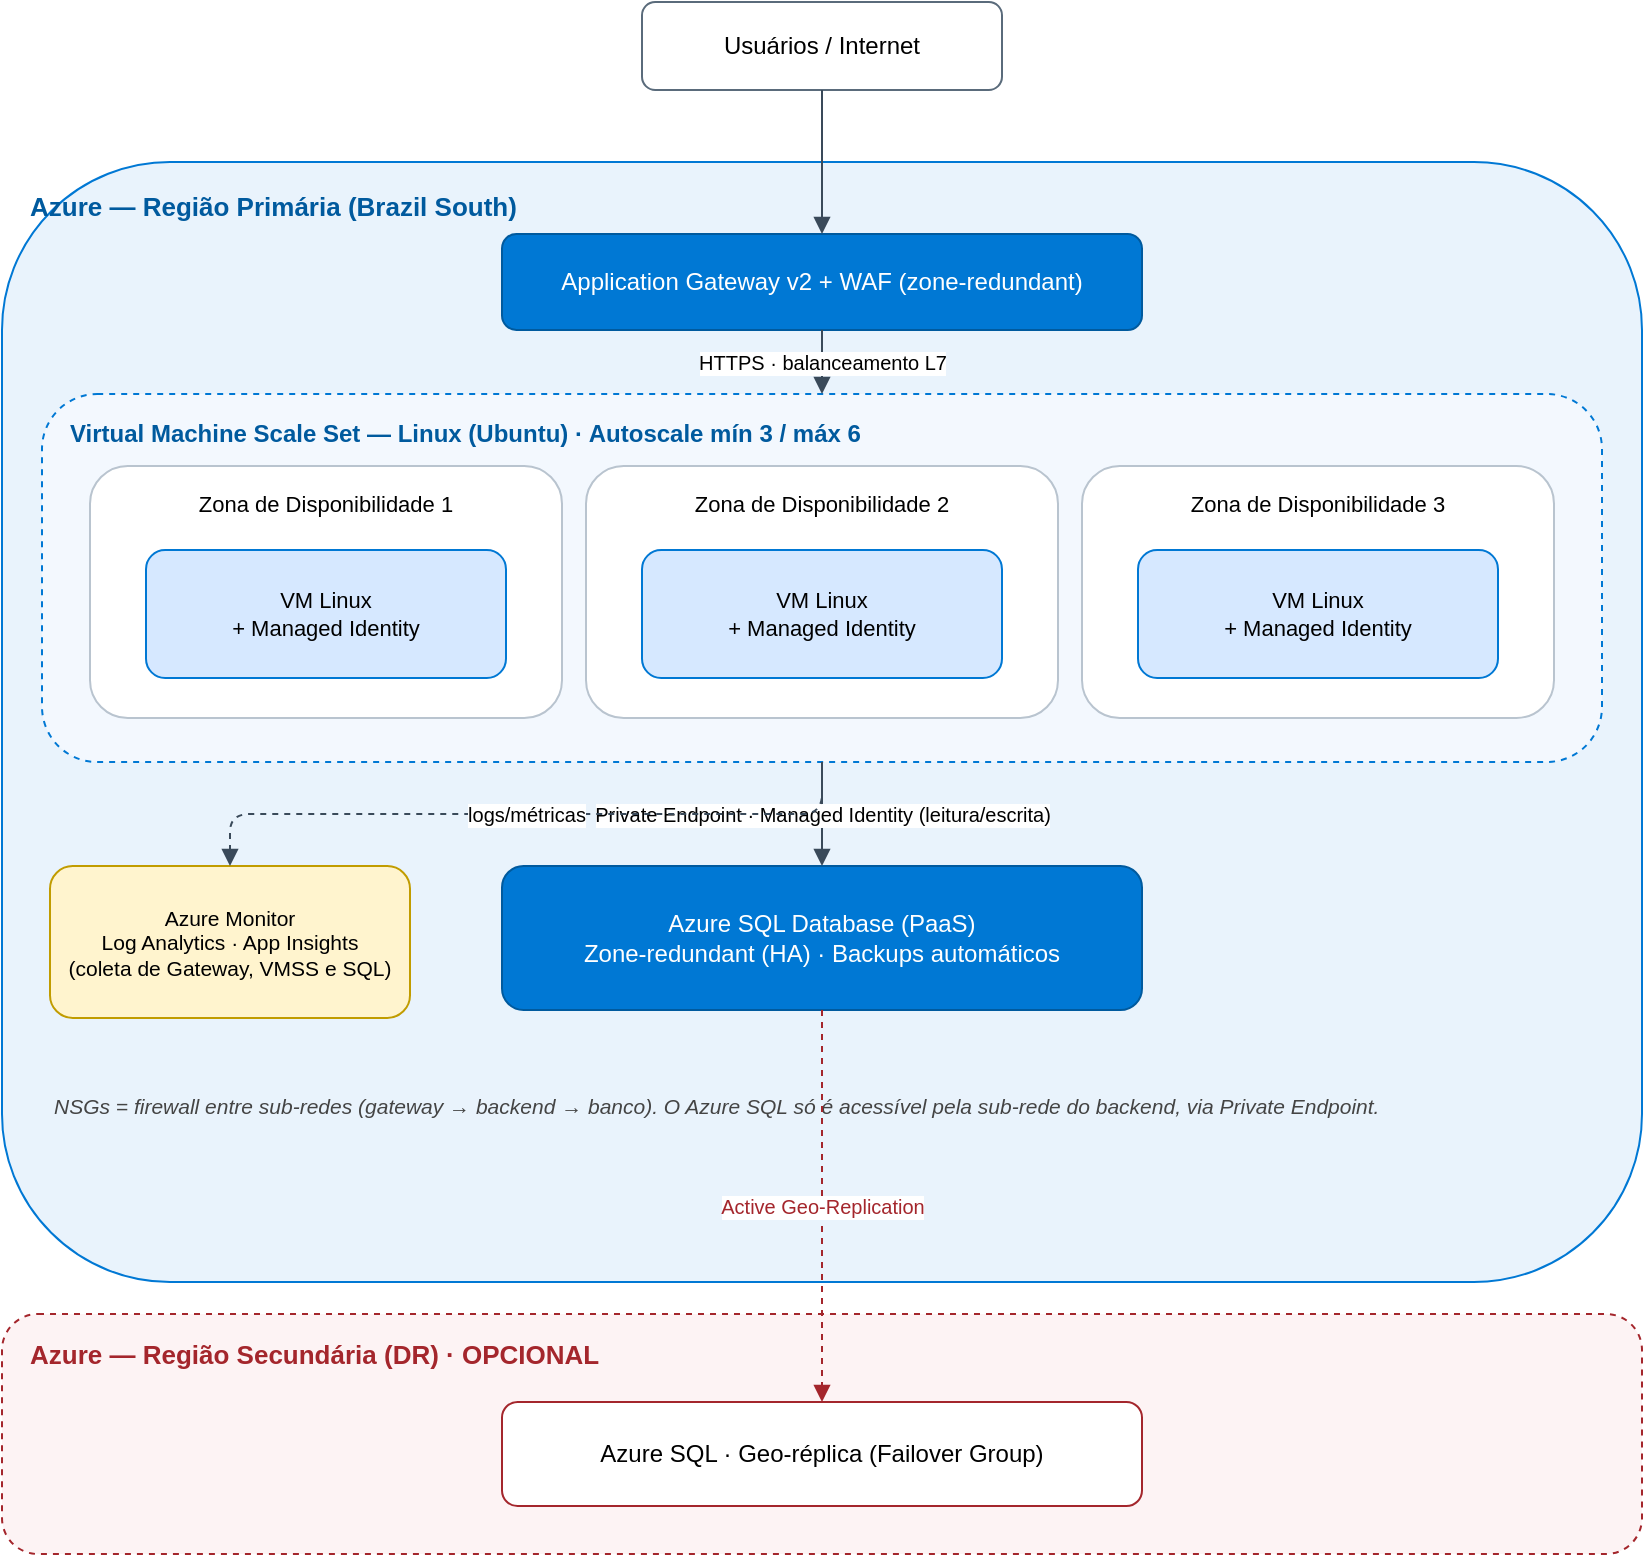
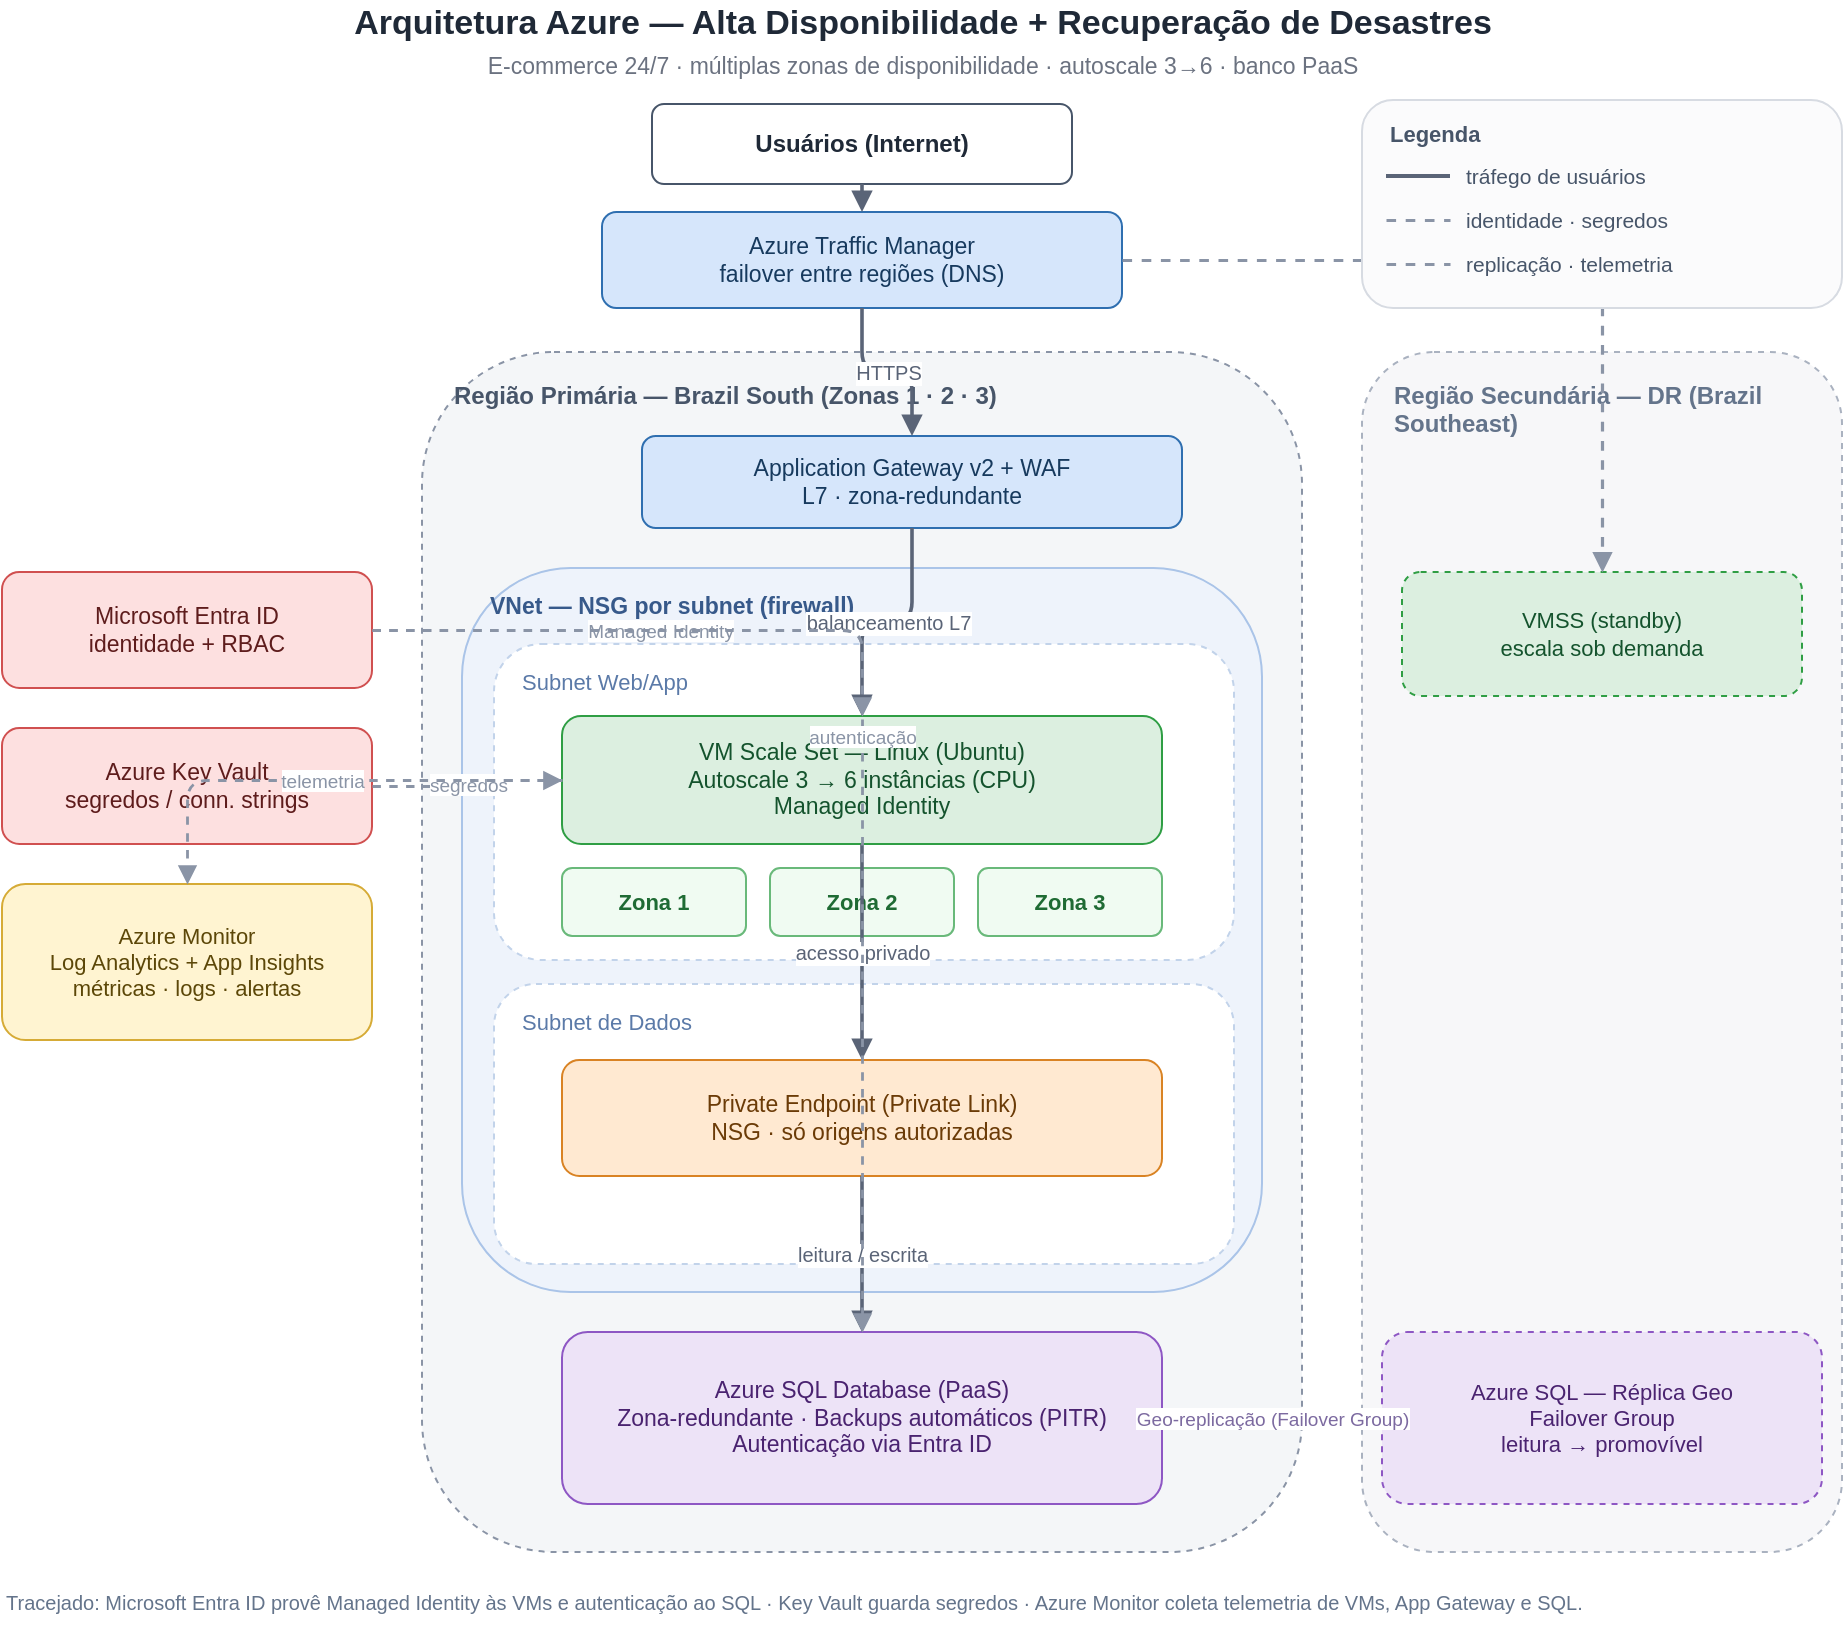
<mxfile host="app.diagrams.net">
  <diagram name="Arquitetura Azure - Alta Disponibilidade" id="-YVHdLFWOgkOrBG5R7tx">
-     <mxGraphModel dx="1585" dy="811" grid="1" gridSize="10" guides="1" tooltips="1" connect="1" arrows="1" fold="1" page="1" pageScale="1" pageWidth="827" pageHeight="1169" math="0" shadow="0">
+     <mxGraphModel dx="1030" dy="527" grid="1" gridSize="10" guides="1" tooltips="1" connect="1" arrows="1" fold="1" page="1" pageScale="1" pageWidth="827" pageHeight="1169" math="0" shadow="0">
      <root>
        <mxCell id="0" />
        <mxCell id="1" parent="0" />
-         <mxCell id="Mw6xmrTsKYlZb08c45TK-1" parent="1" style="rounded=1;whiteSpace=wrap;html=1;fillColor=#FFFFFF;strokeColor=#5A6B7B;fontSize=12;" value="Usuários / Internet" vertex="1">
-           <mxGeometry height="44" width="180" x="360" y="20" as="geometry" />
+         <mxCell id="ECLdufb6gV1ntyxrU82i-1" parent="1" style="text;html=1;align=center;verticalAlign=middle;fontStyle=1;fontSize=17;fontColor=#1f2937;" value="Arquitetura Azure — Alta Disponibilidade + Recuperação de Desastres" vertex="1">
+           <mxGeometry height="24" width="500" x="250" y="14" as="geometry" />
        </mxCell>
-         <mxCell id="Mw6xmrTsKYlZb08c45TK-2" parent="1" style="rounded=1;whiteSpace=wrap;html=1;fillColor=#E9F3FC;strokeColor=#0078D4;verticalAlign=top;align=left;spacingLeft=12;spacingTop=8;fontStyle=1;fontSize=13;fontColor=#005A9E;" value="Azure — Região Primária (Brazil South)" vertex="1">
-           <mxGeometry height="560" width="820" x="40" y="100" as="geometry" />
+         <mxCell id="ECLdufb6gV1ntyxrU82i-2" parent="1" style="text;html=1;align=center;verticalAlign=middle;fontSize=11.5;fontColor=#6b7280;" value="E-commerce 24/7 · múltiplas zonas de disponibilidade · autoscale 3→6 · banco PaaS" vertex="1">
+           <mxGeometry height="18" width="500" x="250" y="38" as="geometry" />
        </mxCell>
-         <mxCell id="Mw6xmrTsKYlZb08c45TK-3" parent="1" style="rounded=1;whiteSpace=wrap;html=1;fillColor=#0078D4;strokeColor=#005A9E;fontColor=#FFFFFF;fontSize=12;" value="Application Gateway v2 + WAF (zone-redundant)" vertex="1">
-           <mxGeometry height="48" width="320" x="290" y="136" as="geometry" />
+         <mxCell id="ECLdufb6gV1ntyxrU82i-3" parent="1" style="rounded=1;whiteSpace=wrap;html=1;fillColor=#f4f6f8;strokeColor=#8a94a6;dashed=1;verticalAlign=top;align=left;spacingLeft=14;spacingTop=8;fontStyle=1;fontSize=12;fontColor=#475569;" value="Região Primária — Brazil South (Zonas 1 · 2 · 3)" vertex="1">
+           <mxGeometry height="600" width="440" x="250" y="190" as="geometry" />
        </mxCell>
-         <mxCell id="Mw6xmrTsKYlZb08c45TK-4" parent="1" style="rounded=1;whiteSpace=wrap;html=1;fillColor=#F3F8FE;strokeColor=#0078D4;dashed=1;verticalAlign=top;align=left;spacingLeft=12;spacingTop=6;fontStyle=1;fontSize=12;fontColor=#005A9E;" value="Virtual Machine Scale Set — Linux (Ubuntu) · Autoscale mín 3 / máx 6" vertex="1">
-           <mxGeometry height="184" width="780" x="60" y="216" as="geometry" />
+         <mxCell id="ECLdufb6gV1ntyxrU82i-4" parent="1" style="rounded=1;whiteSpace=wrap;html=1;fillColor=#f7f7f9;strokeColor=#aab2c0;dashed=1;verticalAlign=top;align=left;spacingLeft=14;spacingTop=8;fontStyle=1;fontSize=12;fontColor=#64748b;" value="Região Secundária — DR (Brazil Southeast)" vertex="1">
+           <mxGeometry height="600" width="240" x="720" y="190" as="geometry" />
        </mxCell>
-         <mxCell id="Mw6xmrTsKYlZb08c45TK-5" parent="1" style="rounded=1;whiteSpace=wrap;html=1;fillColor=#FFFFFF;strokeColor=#B9C4CF;verticalAlign=top;align=center;fontSize=11;spacingTop=6;" value="Zona de Disponibilidade 1" vertex="1">
-           <mxGeometry height="126" width="236" x="84" y="252" as="geometry" />
+         <mxCell id="ECLdufb6gV1ntyxrU82i-5" parent="1" style="rounded=1;whiteSpace=wrap;html=1;fillColor=#eef3fb;strokeColor=#aac4e8;verticalAlign=top;align=left;spacingLeft=12;spacingTop=6;fontStyle=1;fontSize=11.5;fontColor=#37598a;" value="VNet — NSG por subnet (firewall)" vertex="1">
+           <mxGeometry height="362" width="400" x="270" y="298" as="geometry" />
        </mxCell>
-         <mxCell id="Mw6xmrTsKYlZb08c45TK-6" parent="1" style="rounded=1;whiteSpace=wrap;html=1;fillColor=#D6E8FF;strokeColor=#0078D4;fontSize=11;" value="VM Linux&#xa;+ Managed Identity" vertex="1">
-           <mxGeometry height="64" width="180" x="112" y="294" as="geometry" />
+         <mxCell id="ECLdufb6gV1ntyxrU82i-6" parent="1" style="rounded=1;whiteSpace=wrap;html=1;fillColor=#ffffff;strokeColor=#c2d3ea;dashed=1;verticalAlign=top;align=left;spacingLeft=12;spacingTop=6;fontSize=11;fontColor=#5b7aa8;" value="Subnet Web/App" vertex="1">
+           <mxGeometry height="158" width="370" x="286" y="336" as="geometry" />
        </mxCell>
-         <mxCell id="Mw6xmrTsKYlZb08c45TK-7" parent="1" style="rounded=1;whiteSpace=wrap;html=1;fillColor=#FFFFFF;strokeColor=#B9C4CF;verticalAlign=top;align=center;fontSize=11;spacingTop=6;" value="Zona de Disponibilidade 2" vertex="1">
-           <mxGeometry height="126" width="236" x="332" y="252" as="geometry" />
+         <mxCell id="ECLdufb6gV1ntyxrU82i-7" parent="1" style="rounded=1;whiteSpace=wrap;html=1;fillColor=#ffffff;strokeColor=#c2d3ea;dashed=1;verticalAlign=top;align=left;spacingLeft=12;spacingTop=6;fontSize=11;fontColor=#5b7aa8;" value="Subnet de Dados" vertex="1">
+           <mxGeometry height="140" width="370" x="286" y="506" as="geometry" />
        </mxCell>
-         <mxCell id="Mw6xmrTsKYlZb08c45TK-8" parent="1" style="rounded=1;whiteSpace=wrap;html=1;fillColor=#D6E8FF;strokeColor=#0078D4;fontSize=11;" value="VM Linux&#xa;+ Managed Identity" vertex="1">
-           <mxGeometry height="64" width="180" x="360" y="294" as="geometry" />
+         <mxCell id="ECLdufb6gV1ntyxrU82i-8" parent="1" style="rounded=1;whiteSpace=wrap;html=1;fillColor=#ffffff;strokeColor=#475569;fontSize=12;fontStyle=1;fontColor=#1f2937;" value="Usuários (Internet)" vertex="1">
+           <mxGeometry height="40" width="210" x="365" y="66" as="geometry" />
        </mxCell>
-         <mxCell id="Mw6xmrTsKYlZb08c45TK-9" parent="1" style="rounded=1;whiteSpace=wrap;html=1;fillColor=#FFFFFF;strokeColor=#B9C4CF;verticalAlign=top;align=center;fontSize=11;spacingTop=6;" value="Zona de Disponibilidade 3" vertex="1">
-           <mxGeometry height="126" width="236" x="580" y="252" as="geometry" />
+         <mxCell id="ECLdufb6gV1ntyxrU82i-9" parent="1" style="rounded=1;whiteSpace=wrap;html=1;fillColor=#d6e6fb;strokeColor=#2f6fb0;fontSize=11.5;fontColor=#173a5e;" value="Azure Traffic Manager&#xa;failover entre regiões (DNS)" vertex="1">
+           <mxGeometry height="48" width="260" x="340" y="120" as="geometry" />
        </mxCell>
-         <mxCell id="Mw6xmrTsKYlZb08c45TK-10" parent="1" style="rounded=1;whiteSpace=wrap;html=1;fillColor=#D6E8FF;strokeColor=#0078D4;fontSize=11;" value="VM Linux&#xa;+ Managed Identity" vertex="1">
-           <mxGeometry height="64" width="180" x="608" y="294" as="geometry" />
+         <mxCell id="ECLdufb6gV1ntyxrU82i-10" parent="1" style="rounded=1;whiteSpace=wrap;html=1;fillColor=#d6e6fb;strokeColor=#2f6fb0;fontSize=11.5;fontColor=#173a5e;" value="Application Gateway v2 + WAF&#xa;L7 · zona-redundante" vertex="1">
+           <mxGeometry height="46" width="270" x="360" y="232" as="geometry" />
        </mxCell>
-         <mxCell id="Mw6xmrTsKYlZb08c45TK-11" parent="1" style="rounded=1;whiteSpace=wrap;html=1;fillColor=#FFF4CE;strokeColor=#C19C00;fontSize=10.5;" value="Azure Monitor&#xa;Log Analytics · App Insights&#xa;(coleta de Gateway, VMSS e SQL)" vertex="1">
-           <mxGeometry height="76" width="180" x="64" y="452" as="geometry" />
+         <mxCell id="ECLdufb6gV1ntyxrU82i-11" parent="1" style="rounded=1;whiteSpace=wrap;html=1;fillColor=#dcefe0;strokeColor=#2f9e44;fontSize=11.5;fontColor=#14532d;" value="VM Scale Set — Linux (Ubuntu)&#xa;Autoscale 3 → 6 instâncias (CPU)&#xa;Managed Identity" vertex="1">
+           <mxGeometry height="64" width="300" x="320" y="372" as="geometry" />
        </mxCell>
-         <mxCell id="Mw6xmrTsKYlZb08c45TK-12" parent="1" style="rounded=1;whiteSpace=wrap;html=1;fillColor=#0078D4;strokeColor=#005A9E;fontColor=#FFFFFF;fontSize=12;" value="Azure SQL Database (PaaS)&#xa;Zone-redundant (HA) · Backups automáticos" vertex="1">
-           <mxGeometry height="72" width="320" x="290" y="452" as="geometry" />
+         <mxCell id="ECLdufb6gV1ntyxrU82i-12" parent="1" style="rounded=1;whiteSpace=wrap;html=1;fillColor=#f0fbf2;strokeColor=#69b97a;fontSize=11;fontStyle=1;fontColor=#1f6b34;" value="Zona 1" vertex="1">
+           <mxGeometry height="34" width="92" x="320" y="448" as="geometry" />
        </mxCell>
-         <mxCell id="Mw6xmrTsKYlZb08c45TK-13" parent="1" style="text;html=1;align=left;verticalAlign=middle;fontSize=10.5;fontStyle=2;fontColor=#444444;" value="NSGs = firewall entre sub-redes (gateway → backend → banco). O Azure SQL só é acessível pela sub-rede do backend, via Private Endpoint." vertex="1">
-           <mxGeometry height="40" width="540" x="64" y="552" as="geometry" />
+         <mxCell id="ECLdufb6gV1ntyxrU82i-13" parent="1" style="rounded=1;whiteSpace=wrap;html=1;fillColor=#f0fbf2;strokeColor=#69b97a;fontSize=11;fontStyle=1;fontColor=#1f6b34;" value="Zona 2" vertex="1">
+           <mxGeometry height="34" width="92" x="424" y="448" as="geometry" />
        </mxCell>
-         <mxCell id="Mw6xmrTsKYlZb08c45TK-14" parent="1" style="rounded=1;whiteSpace=wrap;html=1;fillColor=#FDF3F4;strokeColor=#A4262C;dashed=1;verticalAlign=top;align=left;spacingLeft=12;spacingTop=6;fontStyle=1;fontSize=13;fontColor=#A4262C;" value="Azure — Região Secundária (DR) · OPCIONAL" vertex="1">
-           <mxGeometry height="120" width="820" x="40" y="676" as="geometry" />
+         <mxCell id="ECLdufb6gV1ntyxrU82i-14" parent="1" style="rounded=1;whiteSpace=wrap;html=1;fillColor=#f0fbf2;strokeColor=#69b97a;fontSize=11;fontStyle=1;fontColor=#1f6b34;" value="Zona 3" vertex="1">
+           <mxGeometry height="34" width="92" x="528" y="448" as="geometry" />
        </mxCell>
-         <mxCell id="Mw6xmrTsKYlZb08c45TK-15" parent="1" style="rounded=1;whiteSpace=wrap;html=1;fillColor=#FFFFFF;strokeColor=#A4262C;fontSize=12;" value="Azure SQL · Geo-réplica (Failover Group)" vertex="1">
-           <mxGeometry height="52" width="320" x="290" y="720" as="geometry" />
+         <mxCell id="ECLdufb6gV1ntyxrU82i-15" parent="1" style="rounded=1;whiteSpace=wrap;html=1;fillColor=#ffe9d1;strokeColor=#d98324;fontSize=11.5;fontColor=#6b3b07;" value="Private Endpoint (Private Link)&#xa;NSG · só origens autorizadas" vertex="1">
+           <mxGeometry height="58" width="300" x="320" y="544" as="geometry" />
        </mxCell>
-         <mxCell id="Mw6xmrTsKYlZb08c45TK-16" edge="1" parent="1" source="Mw6xmrTsKYlZb08c45TK-1" style="edgeStyle=orthogonalEdgeStyle;rounded=1;html=1;endArrow=block;strokeColor=#3A4A5A;" target="Mw6xmrTsKYlZb08c45TK-3">
+         <mxCell id="ECLdufb6gV1ntyxrU82i-16" parent="1" style="rounded=1;whiteSpace=wrap;html=1;fillColor=#ede3f7;strokeColor=#8e57c4;fontSize=11.5;fontColor=#4a2370;" value="Azure SQL Database (PaaS)&#xa;Zona-redundante · Backups automáticos (PITR)&#xa;Autenticação via Entra ID" vertex="1">
+           <mxGeometry height="86" width="300" x="320" y="680" as="geometry" />
+         </mxCell>
+         <mxCell id="ECLdufb6gV1ntyxrU82i-17" parent="1" style="rounded=1;whiteSpace=wrap;html=1;fillColor=#dcefe0;strokeColor=#2f9e44;dashed=1;fontSize=11;fontColor=#14532d;" value="VMSS (standby)&#xa;escala sob demanda" vertex="1">
+           <mxGeometry height="62" width="200" x="740" y="300" as="geometry" />
+         </mxCell>
+         <mxCell id="ECLdufb6gV1ntyxrU82i-18" parent="1" style="rounded=1;whiteSpace=wrap;html=1;fillColor=#ede3f7;strokeColor=#8e57c4;dashed=1;fontSize=11;fontColor=#4a2370;" value="Azure SQL — Réplica Geo&#xa;Failover Group&#xa;leitura → promovível" vertex="1">
+           <mxGeometry height="86" width="220" x="730" y="680" as="geometry" />
+         </mxCell>
+         <mxCell id="ECLdufb6gV1ntyxrU82i-19" parent="1" style="rounded=1;whiteSpace=wrap;html=1;fillColor=#fde0e0;strokeColor=#d05050;fontSize=11.5;fontColor=#5e1c1c;" value="Microsoft Entra ID&#xa;identidade + RBAC" vertex="1">
+           <mxGeometry height="58" width="185" x="40" y="300" as="geometry" />
+         </mxCell>
+         <mxCell id="ECLdufb6gV1ntyxrU82i-20" parent="1" style="rounded=1;whiteSpace=wrap;html=1;fillColor=#fde0e0;strokeColor=#d05050;fontSize=11.5;fontColor=#5e1c1c;" value="Azure Key Vault&#xa;segredos / conn. strings" vertex="1">
+           <mxGeometry height="58" width="185" x="40" y="378" as="geometry" />
+         </mxCell>
+         <mxCell id="ECLdufb6gV1ntyxrU82i-21" parent="1" style="rounded=1;whiteSpace=wrap;html=1;fillColor=#fff4d1;strokeColor=#d6ab36;fontSize=11;fontColor=#5c4708;" value="Azure Monitor&#xa;Log Analytics + App Insights&#xa;métricas · logs · alertas" vertex="1">
+           <mxGeometry height="78" width="185" x="40" y="456" as="geometry" />
+         </mxCell>
+         <mxCell id="ECLdufb6gV1ntyxrU82i-22" edge="1" parent="1" source="ECLdufb6gV1ntyxrU82i-8" style="edgeStyle=orthogonalEdgeStyle;rounded=1;html=1;endArrow=block;strokeColor=#5a6477;strokeWidth=1.8;" target="ECLdufb6gV1ntyxrU82i-9">
          <mxGeometry relative="1" as="geometry" />
        </mxCell>
-         <mxCell id="Mw6xmrTsKYlZb08c45TK-17" edge="1" parent="1" source="Mw6xmrTsKYlZb08c45TK-3" style="edgeStyle=orthogonalEdgeStyle;rounded=1;html=1;endArrow=block;strokeColor=#3A4A5A;fontSize=10;" target="Mw6xmrTsKYlZb08c45TK-4" value="HTTPS · balanceamento L7">
+         <mxCell id="ECLdufb6gV1ntyxrU82i-23" edge="1" parent="1" source="ECLdufb6gV1ntyxrU82i-9" style="edgeStyle=orthogonalEdgeStyle;rounded=1;html=1;endArrow=block;strokeColor=#5a6477;strokeWidth=1.8;fontSize=10;fontColor=#5a6477;" target="ECLdufb6gV1ntyxrU82i-10" value="HTTPS">
          <mxGeometry relative="1" as="geometry" />
        </mxCell>
-         <mxCell id="Mw6xmrTsKYlZb08c45TK-18" edge="1" parent="1" source="Mw6xmrTsKYlZb08c45TK-4" style="edgeStyle=orthogonalEdgeStyle;rounded=1;html=1;endArrow=block;strokeColor=#3A4A5A;fontSize=10;" target="Mw6xmrTsKYlZb08c45TK-12" value="Private Endpoint · Managed Identity (leitura/escrita)">
+         <mxCell id="ECLdufb6gV1ntyxrU82i-24" edge="1" parent="1" source="ECLdufb6gV1ntyxrU82i-10" style="edgeStyle=orthogonalEdgeStyle;rounded=1;html=1;endArrow=block;strokeColor=#5a6477;strokeWidth=1.8;fontSize=10;fontColor=#5a6477;" target="ECLdufb6gV1ntyxrU82i-11" value="balanceamento L7">
          <mxGeometry relative="1" as="geometry" />
        </mxCell>
-         <mxCell id="Mw6xmrTsKYlZb08c45TK-19" edge="1" parent="1" source="Mw6xmrTsKYlZb08c45TK-4" style="edgeStyle=orthogonalEdgeStyle;rounded=1;html=1;endArrow=block;dashed=1;strokeColor=#3A4A5A;fontSize=10;" target="Mw6xmrTsKYlZb08c45TK-11" value="logs/métricas">
+         <mxCell id="ECLdufb6gV1ntyxrU82i-25" edge="1" parent="1" source="ECLdufb6gV1ntyxrU82i-11" style="edgeStyle=orthogonalEdgeStyle;rounded=1;html=1;endArrow=block;strokeColor=#5a6477;strokeWidth=1.8;fontSize=10;fontColor=#5a6477;" target="ECLdufb6gV1ntyxrU82i-15" value="acesso privado">
          <mxGeometry relative="1" as="geometry" />
        </mxCell>
-         <mxCell id="Mw6xmrTsKYlZb08c45TK-20" edge="1" parent="1" source="Mw6xmrTsKYlZb08c45TK-12" style="edgeStyle=orthogonalEdgeStyle;rounded=1;html=1;endArrow=block;dashed=1;strokeColor=#A4262C;fontColor=#A4262C;fontSize=10;" target="Mw6xmrTsKYlZb08c45TK-15" value="Active Geo-Replication">
+         <mxCell id="ECLdufb6gV1ntyxrU82i-26" edge="1" parent="1" source="ECLdufb6gV1ntyxrU82i-15" style="edgeStyle=orthogonalEdgeStyle;rounded=1;html=1;endArrow=block;strokeColor=#5a6477;strokeWidth=1.8;fontSize=10;fontColor=#5a6477;" target="ECLdufb6gV1ntyxrU82i-16" value="leitura / escrita">
          <mxGeometry relative="1" as="geometry" />
+         </mxCell>
+         <mxCell id="ECLdufb6gV1ntyxrU82i-27" edge="1" parent="1" source="ECLdufb6gV1ntyxrU82i-16" style="edgeStyle=orthogonalEdgeStyle;rounded=1;html=1;endArrow=block;dashed=1;strokeColor=#8a94a6;strokeWidth=1.6;fontSize=9.5;fontColor=#7c6aa0;" target="ECLdufb6gV1ntyxrU82i-18" value="Geo-replicação (Failover Group)">
+           <mxGeometry relative="1" as="geometry" />
+         </mxCell>
+         <mxCell id="ECLdufb6gV1ntyxrU82i-28" edge="1" parent="1" source="ECLdufb6gV1ntyxrU82i-9" style="edgeStyle=orthogonalEdgeStyle;rounded=1;html=1;endArrow=block;dashed=1;strokeColor=#8a94a6;strokeWidth=1.6;fontSize=10;fontColor=#94a3b8;" target="ECLdufb6gV1ntyxrU82i-17" value="failover de região">
+           <mxGeometry relative="1" as="geometry" />
+         </mxCell>
+         <mxCell id="ECLdufb6gV1ntyxrU82i-29" edge="1" parent="1" source="ECLdufb6gV1ntyxrU82i-19" style="edgeStyle=orthogonalEdgeStyle;rounded=1;html=1;endArrow=block;dashed=1;strokeColor=#8a94a6;strokeWidth=1.4;fontSize=9.5;fontColor=#8a94a6;" target="ECLdufb6gV1ntyxrU82i-11" value="Managed Identity">
+           <mxGeometry relative="1" as="geometry" />
+         </mxCell>
+         <mxCell id="ECLdufb6gV1ntyxrU82i-30" edge="1" parent="1" source="ECLdufb6gV1ntyxrU82i-19" style="edgeStyle=orthogonalEdgeStyle;rounded=1;html=1;endArrow=block;dashed=1;strokeColor=#8a94a6;strokeWidth=1.4;fontSize=9.5;fontColor=#8a94a6;" target="ECLdufb6gV1ntyxrU82i-16" value="autenticação">
+           <mxGeometry relative="1" as="geometry" />
+         </mxCell>
+         <mxCell id="ECLdufb6gV1ntyxrU82i-31" edge="1" parent="1" source="ECLdufb6gV1ntyxrU82i-20" style="edgeStyle=orthogonalEdgeStyle;rounded=1;html=1;endArrow=block;dashed=1;strokeColor=#8a94a6;strokeWidth=1.4;fontSize=9.5;fontColor=#8a94a6;" target="ECLdufb6gV1ntyxrU82i-11" value="segredos">
+           <mxGeometry relative="1" as="geometry" />
+         </mxCell>
+         <mxCell id="ECLdufb6gV1ntyxrU82i-32" edge="1" parent="1" source="ECLdufb6gV1ntyxrU82i-11" style="edgeStyle=orthogonalEdgeStyle;rounded=1;html=1;endArrow=block;dashed=1;strokeColor=#8a94a6;strokeWidth=1.4;fontSize=9.5;fontColor=#8a94a6;" target="ECLdufb6gV1ntyxrU82i-21" value="telemetria">
+           <mxGeometry relative="1" as="geometry" />
+         </mxCell>
+         <mxCell id="ECLdufb6gV1ntyxrU82i-33" parent="1" style="rounded=1;whiteSpace=wrap;html=1;fillColor=#fbfbfc;strokeColor=#d7dbe2;" value="" vertex="1">
+           <mxGeometry height="104" width="240" x="720" y="64" as="geometry" />
+         </mxCell>
+         <mxCell id="ECLdufb6gV1ntyxrU82i-34" parent="1" style="text;html=1;align=left;verticalAlign=middle;fontStyle=1;fontSize=11;fontColor=#475569;" value="Legenda" vertex="1">
+           <mxGeometry height="18" width="100" x="732" y="72" as="geometry" />
+         </mxCell>
+         <mxCell id="ECLdufb6gV1ntyxrU82i-35" edge="1" parent="1" style="html=1;endArrow=none;strokeColor=#5a6477;strokeWidth=2;">
+           <mxGeometry relative="1" as="geometry">
+             <mxPoint x="732" y="102" as="sourcePoint" />
+             <mxPoint x="764" y="102" as="targetPoint" />
+           </mxGeometry>
+         </mxCell>
+         <mxCell id="ECLdufb6gV1ntyxrU82i-36" parent="1" style="text;html=1;align=left;verticalAlign=middle;fontSize=10.5;fontColor=#475569;" value="tráfego de usuários" vertex="1">
+           <mxGeometry height="18" width="180" x="770" y="93" as="geometry" />
+         </mxCell>
+         <mxCell id="ECLdufb6gV1ntyxrU82i-37" edge="1" parent="1" style="html=1;endArrow=none;dashed=1;strokeColor=#8a94a6;strokeWidth=1.6;">
+           <mxGeometry relative="1" as="geometry">
+             <mxPoint x="732" y="124" as="sourcePoint" />
+             <mxPoint x="764" y="124" as="targetPoint" />
+           </mxGeometry>
+         </mxCell>
+         <mxCell id="ECLdufb6gV1ntyxrU82i-38" parent="1" style="text;html=1;align=left;verticalAlign=middle;fontSize=10.5;fontColor=#475569;" value="identidade · segredos" vertex="1">
+           <mxGeometry height="18" width="180" x="770" y="115" as="geometry" />
+         </mxCell>
+         <mxCell id="ECLdufb6gV1ntyxrU82i-39" edge="1" parent="1" style="html=1;endArrow=none;dashed=1;strokeColor=#8a94a6;strokeWidth=1.6;">
+           <mxGeometry relative="1" as="geometry">
+             <mxPoint x="732" y="146" as="sourcePoint" />
+             <mxPoint x="764" y="146" as="targetPoint" />
+           </mxGeometry>
+         </mxCell>
+         <mxCell id="ECLdufb6gV1ntyxrU82i-40" parent="1" style="text;html=1;align=left;verticalAlign=middle;fontSize=10.5;fontColor=#475569;" value="replicação · telemetria" vertex="1">
+           <mxGeometry height="18" width="180" x="770" y="137" as="geometry" />
+         </mxCell>
+         <mxCell id="ECLdufb6gV1ntyxrU82i-41" parent="1" style="text;html=1;align=left;verticalAlign=middle;fontSize=10;fontColor=#64748b;" value="Tracejado: Microsoft Entra ID provê Managed Identity às VMs e autenticação ao SQL · Key Vault guarda segredos · Azure Monitor coleta telemetria de VMs, App Gateway e SQL." vertex="1">
+           <mxGeometry height="30" width="920" x="40" y="800" as="geometry" />
        </mxCell>
      </root>
    </mxGraphModel>
  </diagram>
</mxfile>
